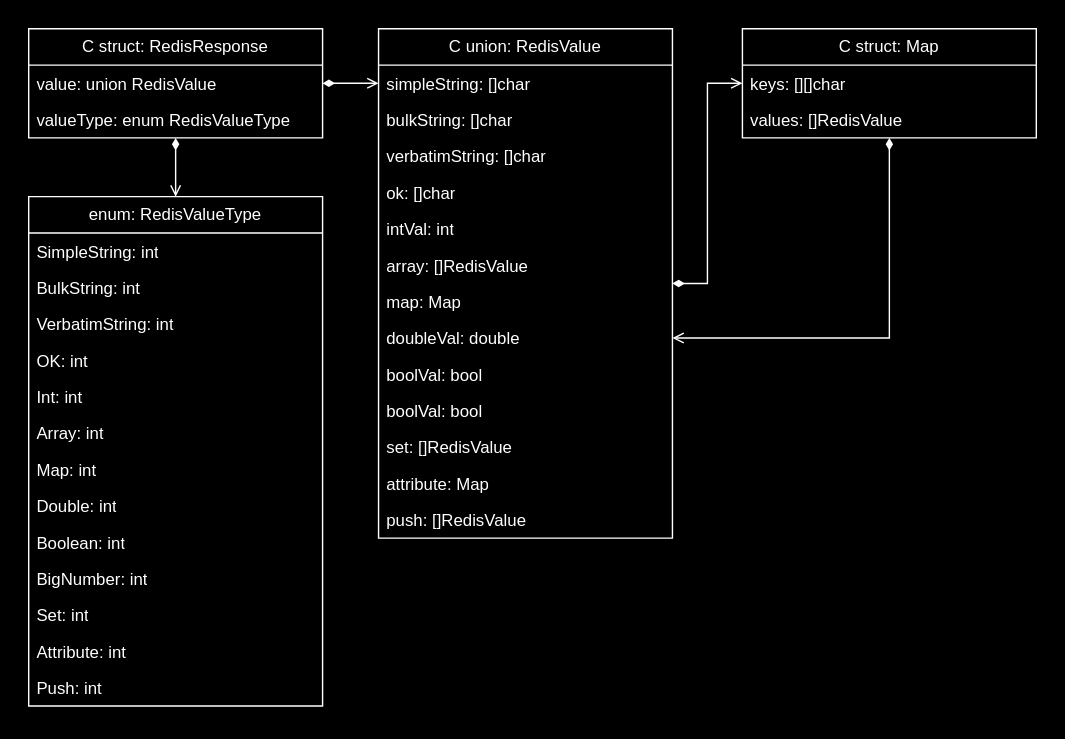
This is docs/img/FFI-request-success-struct-diagram.svg from Bit-Quill/valkey-glide, a draw.io export, as it was before one commit. Source tidied: cells renumbered, new cells last; positions are measured from the earlier drawing's top-left corner, leaving out a move shared by most shapes. Source of this version:
```xml
<mxGraphModel>
  <root>
    <mxCell id="0" />
    <mxCell id="1" parent="0" />
    <mxCell id="2" style="edgeStyle=orthogonalEdgeStyle;rounded=0;jettySize=auto;html=1;entryX=0;entryY=0.5;entryDx=0;entryDy=0;startArrow=diamondThin;startFill=1;endArrow=open;endFill=0;" parent="1" edge="1" source="4" target="9">
      <mxGeometry relative="1" as="geometry" />
    </mxCell>
    <mxCell id="3" style="edgeStyle=orthogonalEdgeStyle;rounded=0;jettySize=auto;html=1;startArrow=diamondThin;startFill=1;endArrow=open;endFill=0;" parent="1" edge="1" source="4" target="26">
      <mxGeometry relative="1" as="geometry" />
    </mxCell>
    <mxCell id="4" value="C struct: RedisResponse" style="swimlane;fontStyle=0;horizontal=1;startSize=26;fillColor=none;whiteSpace=wrap;html=1;" parent="1" vertex="1">
      <mxGeometry width="210" height="78" as="geometry" />
    </mxCell>
    <mxCell id="5" value="value: union RedisValue" style="text;strokeColor=none;fillColor=none;align=left;verticalAlign=top;spacingLeft=4;spacingRight=4;overflow=hidden;whiteSpace=wrap;html=1;" parent="4" vertex="1">
      <mxGeometry y="26" width="210" height="26" as="geometry" />
    </mxCell>
    <mxCell id="6" value="valueType: enum RedisValueType" style="text;strokeColor=none;fillColor=none;align=left;verticalAlign=top;spacingLeft=4;spacingRight=4;overflow=hidden;whiteSpace=wrap;html=1;" parent="4" vertex="1">
      <mxGeometry y="52" width="210" height="26" as="geometry" />
    </mxCell>
    <mxCell id="7" style="edgeStyle=orthogonalEdgeStyle;rounded=0;jettySize=auto;html=1;startArrow=diamondThin;startFill=1;endArrow=open;endFill=0;" parent="1" edge="1" source="8" target="23">
      <mxGeometry relative="1" as="geometry" />
    </mxCell>
    <mxCell id="8" value="C union: RedisValue" style="swimlane;fontStyle=0;horizontal=1;startSize=26;fillColor=none;whiteSpace=wrap;html=1;" parent="1" vertex="1">
      <mxGeometry x="250" width="210" height="364" as="geometry" />
    </mxCell>
    <mxCell id="9" value="simpleString: []char" style="text;strokeColor=none;fillColor=none;align=left;verticalAlign=top;spacingLeft=4;spacingRight=4;overflow=hidden;points=[[0,0.5],[1,0.5]];portConstraint=eastwest;whiteSpace=wrap;html=1;" parent="8" vertex="1">
      <mxGeometry y="26" width="210" height="26" as="geometry" />
    </mxCell>
    <mxCell id="10" value="bulkString: []char" style="text;strokeColor=none;fillColor=none;align=left;verticalAlign=top;spacingLeft=4;spacingRight=4;overflow=hidden;whiteSpace=wrap;html=1;" parent="8" vertex="1">
      <mxGeometry y="52" width="210" height="26" as="geometry" />
    </mxCell>
    <mxCell id="11" value="verbatimString: []char" style="text;strokeColor=none;fillColor=none;align=left;verticalAlign=top;spacingLeft=4;spacingRight=4;overflow=hidden;whiteSpace=wrap;html=1;" parent="8" vertex="1">
      <mxGeometry y="78" width="210" height="26" as="geometry" />
    </mxCell>
    <mxCell id="12" value="ok: []char" style="text;strokeColor=none;fillColor=none;align=left;verticalAlign=top;spacingLeft=4;spacingRight=4;overflow=hidden;whiteSpace=wrap;html=1;" parent="8" vertex="1">
      <mxGeometry y="104" width="210" height="26" as="geometry" />
    </mxCell>
    <mxCell id="13" value="intVal: int" style="text;strokeColor=none;fillColor=none;align=left;verticalAlign=top;spacingLeft=4;spacingRight=4;overflow=hidden;whiteSpace=wrap;html=1;" parent="8" vertex="1">
      <mxGeometry y="130" width="210" height="26" as="geometry" />
    </mxCell>
    <mxCell id="14" value="array: []RedisValue" style="text;strokeColor=none;fillColor=none;align=left;verticalAlign=top;spacingLeft=4;spacingRight=4;overflow=hidden;whiteSpace=wrap;html=1;" parent="8" vertex="1">
      <mxGeometry y="156" width="210" height="26" as="geometry" />
    </mxCell>
    <mxCell id="15" value="map: Map" style="text;strokeColor=none;fillColor=none;align=left;verticalAlign=top;spacingLeft=4;spacingRight=4;overflow=hidden;whiteSpace=wrap;html=1;" parent="8" vertex="1">
      <mxGeometry y="182" width="210" height="26" as="geometry" />
    </mxCell>
    <mxCell id="16" value="doubleVal: double" style="text;strokeColor=none;fillColor=none;align=left;verticalAlign=top;spacingLeft=4;spacingRight=4;overflow=hidden;points=[[0,0.5],[1,0.5]];portConstraint=eastwest;whiteSpace=wrap;html=1;" parent="8" vertex="1">
      <mxGeometry y="208" width="210" height="26" as="geometry" />
    </mxCell>
    <mxCell id="17" value="boolVal: bool" style="text;strokeColor=none;fillColor=none;align=left;verticalAlign=top;spacingLeft=4;spacingRight=4;overflow=hidden;whiteSpace=wrap;html=1;" parent="8" vertex="1">
      <mxGeometry y="234" width="210" height="26" as="geometry" />
    </mxCell>
    <mxCell id="18" value="boolVal: bool" style="text;strokeColor=none;fillColor=none;align=left;verticalAlign=top;spacingLeft=4;spacingRight=4;overflow=hidden;whiteSpace=wrap;html=1;" parent="8" vertex="1">
      <mxGeometry y="260" width="210" height="26" as="geometry" />
    </mxCell>
    <mxCell id="19" value="set: []RedisValue" style="text;strokeColor=none;fillColor=none;align=left;verticalAlign=top;spacingLeft=4;spacingRight=4;overflow=hidden;whiteSpace=wrap;html=1;" parent="8" vertex="1">
      <mxGeometry y="286" width="210" height="26" as="geometry" />
    </mxCell>
    <mxCell id="20" value="attribute: Map" style="text;strokeColor=none;fillColor=none;align=left;verticalAlign=top;spacingLeft=4;spacingRight=4;overflow=hidden;whiteSpace=wrap;html=1;" parent="8" vertex="1">
      <mxGeometry y="312" width="210" height="26" as="geometry" />
    </mxCell>
    <mxCell id="21" value="push: []RedisValue" style="text;strokeColor=none;fillColor=none;align=left;verticalAlign=top;spacingLeft=4;spacingRight=4;overflow=hidden;whiteSpace=wrap;html=1;" parent="8" vertex="1">
      <mxGeometry y="338" width="210" height="26" as="geometry" />
    </mxCell>
    <mxCell id="22" style="edgeStyle=orthogonalEdgeStyle;rounded=0;jettySize=auto;html=1;entryX=1;entryY=0.5;entryDx=0;entryDy=0;startArrow=diamondThin;startFill=1;endArrow=open;endFill=0;" parent="1" edge="1" source="23" target="16">
      <mxGeometry relative="1" as="geometry" />
    </mxCell>
    <mxCell id="23" value="C struct: Map" style="swimlane;fontStyle=0;horizontal=1;startSize=26;fillColor=none;whiteSpace=wrap;html=1;" parent="1" vertex="1">
      <mxGeometry x="510" width="210" height="78" as="geometry" />
    </mxCell>
    <mxCell id="24" value="keys: [][]char" style="text;strokeColor=none;fillColor=none;align=left;verticalAlign=top;spacingLeft=4;spacingRight=4;overflow=hidden;whiteSpace=wrap;html=1;" parent="23" vertex="1">
      <mxGeometry y="26" width="210" height="26" as="geometry" />
    </mxCell>
    <mxCell id="25" value="values: []RedisValue" style="text;strokeColor=none;fillColor=none;align=left;verticalAlign=top;spacingLeft=4;spacingRight=4;overflow=hidden;whiteSpace=wrap;html=1;" parent="23" vertex="1">
      <mxGeometry y="52" width="210" height="26" as="geometry" />
    </mxCell>
    <mxCell id="26" value="enum: RedisValueType" style="swimlane;fontStyle=0;horizontal=1;startSize=26;fillColor=none;whiteSpace=wrap;html=1;" parent="1" vertex="1">
      <mxGeometry y="120" width="210" height="364" as="geometry" />
    </mxCell>
    <mxCell id="27" value="SimpleString: int" style="text;strokeColor=none;fillColor=none;align=left;verticalAlign=top;spacingLeft=4;spacingRight=4;overflow=hidden;whiteSpace=wrap;html=1;" parent="26" vertex="1">
      <mxGeometry y="26" width="210" height="26" as="geometry" />
    </mxCell>
    <mxCell id="28" value="BulkString: int" style="text;strokeColor=none;fillColor=none;align=left;verticalAlign=top;spacingLeft=4;spacingRight=4;overflow=hidden;whiteSpace=wrap;html=1;" parent="26" vertex="1">
      <mxGeometry y="52" width="210" height="26" as="geometry" />
    </mxCell>
    <mxCell id="29" value="VerbatimString: int" style="text;strokeColor=none;fillColor=none;align=left;verticalAlign=top;spacingLeft=4;spacingRight=4;overflow=hidden;whiteSpace=wrap;html=1;" parent="26" vertex="1">
      <mxGeometry y="78" width="210" height="26" as="geometry" />
    </mxCell>
    <mxCell id="30" value="OK: int" style="text;strokeColor=none;fillColor=none;align=left;verticalAlign=top;spacingLeft=4;spacingRight=4;overflow=hidden;whiteSpace=wrap;html=1;" parent="26" vertex="1">
      <mxGeometry y="104" width="210" height="26" as="geometry" />
    </mxCell>
    <mxCell id="31" value="Int: int" style="text;strokeColor=none;fillColor=none;align=left;verticalAlign=top;spacingLeft=4;spacingRight=4;overflow=hidden;whiteSpace=wrap;html=1;" parent="26" vertex="1">
      <mxGeometry y="130" width="210" height="26" as="geometry" />
    </mxCell>
    <mxCell id="32" value="Array: int" style="text;strokeColor=none;fillColor=none;align=left;verticalAlign=top;spacingLeft=4;spacingRight=4;overflow=hidden;whiteSpace=wrap;html=1;" parent="26" vertex="1">
      <mxGeometry y="156" width="210" height="26" as="geometry" />
    </mxCell>
    <mxCell id="33" value="Map: int" style="text;strokeColor=none;fillColor=none;align=left;verticalAlign=top;spacingLeft=4;spacingRight=4;overflow=hidden;whiteSpace=wrap;html=1;" parent="26" vertex="1">
      <mxGeometry y="182" width="210" height="26" as="geometry" />
    </mxCell>
    <mxCell id="34" value="Double: int" style="text;strokeColor=none;fillColor=none;align=left;verticalAlign=top;spacingLeft=4;spacingRight=4;overflow=hidden;whiteSpace=wrap;html=1;" parent="26" vertex="1">
      <mxGeometry y="208" width="210" height="26" as="geometry" />
    </mxCell>
    <mxCell id="35" value="Boolean: int" style="text;strokeColor=none;fillColor=none;align=left;verticalAlign=top;spacingLeft=4;spacingRight=4;overflow=hidden;whiteSpace=wrap;html=1;" parent="26" vertex="1">
      <mxGeometry y="234" width="210" height="26" as="geometry" />
    </mxCell>
    <mxCell id="36" value="BigNumber: int" style="text;strokeColor=none;fillColor=none;align=left;verticalAlign=top;spacingLeft=4;spacingRight=4;overflow=hidden;whiteSpace=wrap;html=1;" parent="26" vertex="1">
      <mxGeometry y="260" width="210" height="26" as="geometry" />
    </mxCell>
    <mxCell id="37" value="Set: int" style="text;strokeColor=none;fillColor=none;align=left;verticalAlign=top;spacingLeft=4;spacingRight=4;overflow=hidden;whiteSpace=wrap;html=1;" parent="26" vertex="1">
      <mxGeometry y="286" width="210" height="26" as="geometry" />
    </mxCell>
    <mxCell id="38" value="Attribute: int" style="text;strokeColor=none;fillColor=none;align=left;verticalAlign=top;spacingLeft=4;spacingRight=4;overflow=hidden;whiteSpace=wrap;html=1;" parent="26" vertex="1">
      <mxGeometry y="312" width="210" height="26" as="geometry" />
    </mxCell>
    <mxCell id="39" value="Push: int" style="text;strokeColor=none;fillColor=none;align=left;verticalAlign=top;spacingLeft=4;spacingRight=4;overflow=hidden;whiteSpace=wrap;html=1;" parent="26" vertex="1">
      <mxGeometry y="338" width="210" height="26" as="geometry" />
    </mxCell>
  </root>
</mxGraphModel>
```
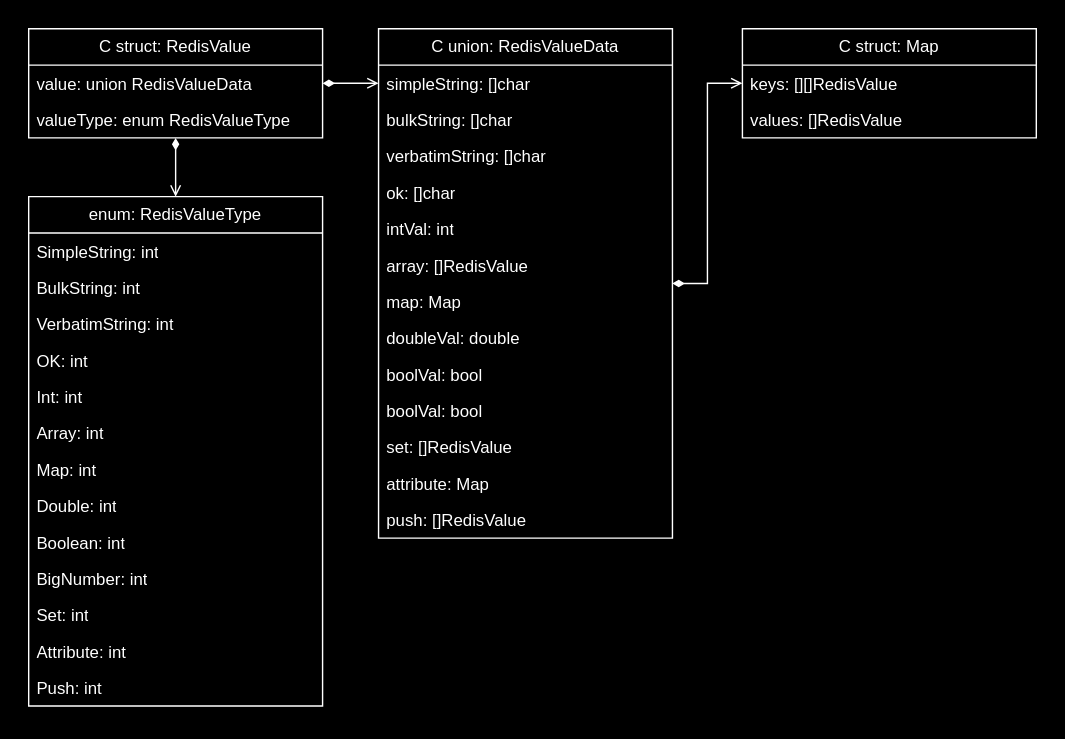
After the change.

Commit message:
Update diagrams so that maps and arrays of Redis values include an enum indicating the value type

What changed in the source:
```diff
@@ -8,10 +8,10 @@
     <mxCell id="3" style="edgeStyle=orthogonalEdgeStyle;rounded=0;jettySize=auto;html=1;startArrow=diamondThin;startFill=1;endArrow=open;endFill=0;" parent="1" edge="1" source="4" target="26">
       <mxGeometry relative="1" as="geometry" />
     </mxCell>
-    <mxCell id="4" value="C struct: RedisResponse" style="swimlane;fontStyle=0;horizontal=1;startSize=26;fillColor=none;whiteSpace=wrap;html=1;" parent="1" vertex="1">
+    <mxCell id="4" value="C struct: RedisValue" style="swimlane;fontStyle=0;horizontal=1;startSize=26;fillColor=none;whiteSpace=wrap;html=1;" parent="1" vertex="1">
       <mxGeometry width="210" height="78" as="geometry" />
     </mxCell>
-    <mxCell id="5" value="value: union RedisValue" style="text;strokeColor=none;fillColor=none;align=left;verticalAlign=top;spacingLeft=4;spacingRight=4;overflow=hidden;whiteSpace=wrap;html=1;" parent="4" vertex="1">
+    <mxCell id="5" value="value: union RedisValueData" style="text;strokeColor=none;fillColor=none;align=left;verticalAlign=top;spacingLeft=4;spacingRight=4;overflow=hidden;whiteSpace=wrap;html=1;" parent="4" vertex="1">
       <mxGeometry y="26" width="210" height="26" as="geometry" />
     </mxCell>
     <mxCell id="6" value="valueType: enum RedisValueType" style="text;strokeColor=none;fillColor=none;align=left;verticalAlign=top;spacingLeft=4;spacingRight=4;overflow=hidden;whiteSpace=wrap;html=1;" parent="4" vertex="1">
@@ -20,7 +20,7 @@
     <mxCell id="7" style="edgeStyle=orthogonalEdgeStyle;rounded=0;jettySize=auto;html=1;startArrow=diamondThin;startFill=1;endArrow=open;endFill=0;" parent="1" edge="1" source="8" target="23">
       <mxGeometry relative="1" as="geometry" />
     </mxCell>
-    <mxCell id="8" value="C union: RedisValue" style="swimlane;fontStyle=0;horizontal=1;startSize=26;fillColor=none;whiteSpace=wrap;html=1;" parent="1" vertex="1">
+    <mxCell id="8" value="C union: RedisValueData" style="swimlane;fontStyle=0;horizontal=1;startSize=26;fillColor=none;whiteSpace=wrap;html=1;" parent="1" vertex="1">
       <mxGeometry x="250" width="210" height="364" as="geometry" />
     </mxCell>
     <mxCell id="9" value="simpleString: []char" style="text;strokeColor=none;fillColor=none;align=left;verticalAlign=top;spacingLeft=4;spacingRight=4;overflow=hidden;points=[[0,0.5],[1,0.5]];portConstraint=eastwest;whiteSpace=wrap;html=1;" parent="8" vertex="1">
@@ -62,13 +62,10 @@
     <mxCell id="21" value="push: []RedisValue" style="text;strokeColor=none;fillColor=none;align=left;verticalAlign=top;spacingLeft=4;spacingRight=4;overflow=hidden;whiteSpace=wrap;html=1;" parent="8" vertex="1">
       <mxGeometry y="338" width="210" height="26" as="geometry" />
     </mxCell>
-    <mxCell id="22" style="edgeStyle=orthogonalEdgeStyle;rounded=0;jettySize=auto;html=1;entryX=1;entryY=0.5;entryDx=0;entryDy=0;startArrow=diamondThin;startFill=1;endArrow=open;endFill=0;" parent="1" edge="1" source="23" target="16">
-      <mxGeometry relative="1" as="geometry" />
-    </mxCell>
     <mxCell id="23" value="C struct: Map" style="swimlane;fontStyle=0;horizontal=1;startSize=26;fillColor=none;whiteSpace=wrap;html=1;" parent="1" vertex="1">
       <mxGeometry x="510" width="210" height="78" as="geometry" />
     </mxCell>
-    <mxCell id="24" value="keys: [][]char" style="text;strokeColor=none;fillColor=none;align=left;verticalAlign=top;spacingLeft=4;spacingRight=4;overflow=hidden;whiteSpace=wrap;html=1;" parent="23" vertex="1">
+    <mxCell id="24" value="keys: [][]RedisValue" style="text;strokeColor=none;fillColor=none;align=left;verticalAlign=top;spacingLeft=4;spacingRight=4;overflow=hidden;whiteSpace=wrap;html=1;" parent="23" vertex="1">
       <mxGeometry y="26" width="210" height="26" as="geometry" />
     </mxCell>
     <mxCell id="25" value="values: []RedisValue" style="text;strokeColor=none;fillColor=none;align=left;verticalAlign=top;spacingLeft=4;spacingRight=4;overflow=hidden;whiteSpace=wrap;html=1;" parent="23" vertex="1">
```
